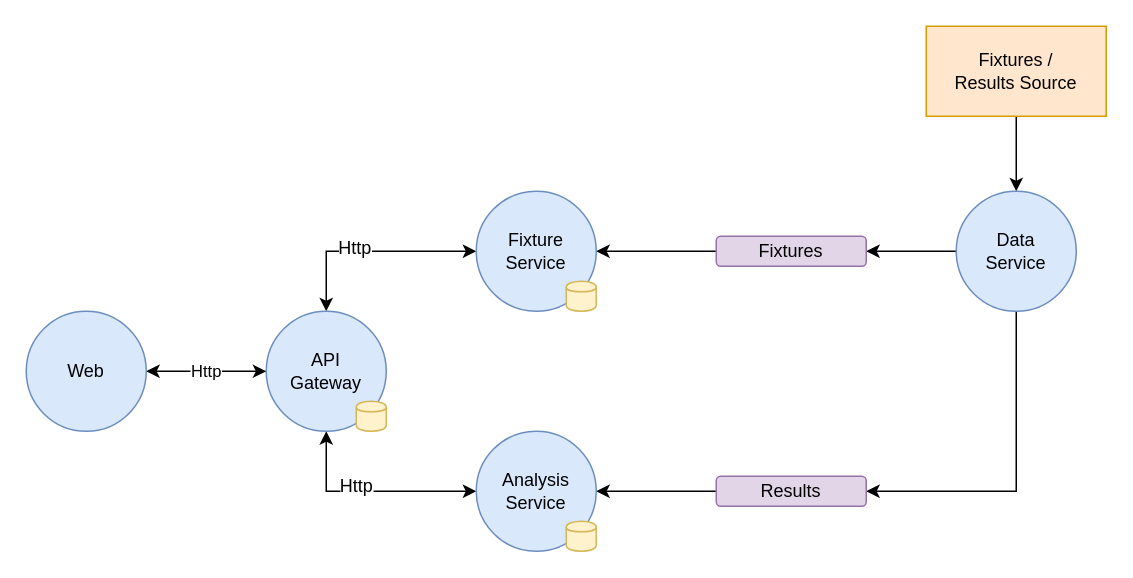
Before: Untitled Diagram.drawio in johnwatson484/diagrams, a draw.io diagram. Source tidied: cells renumbered, new cells numbered last; positions are measured from the earlier drawing's top-left corner, leaving out a move shared by most shapes. Both pictures are drawn from the tidied source at 150%, with x=0, y=0 at pixel (26, 26).
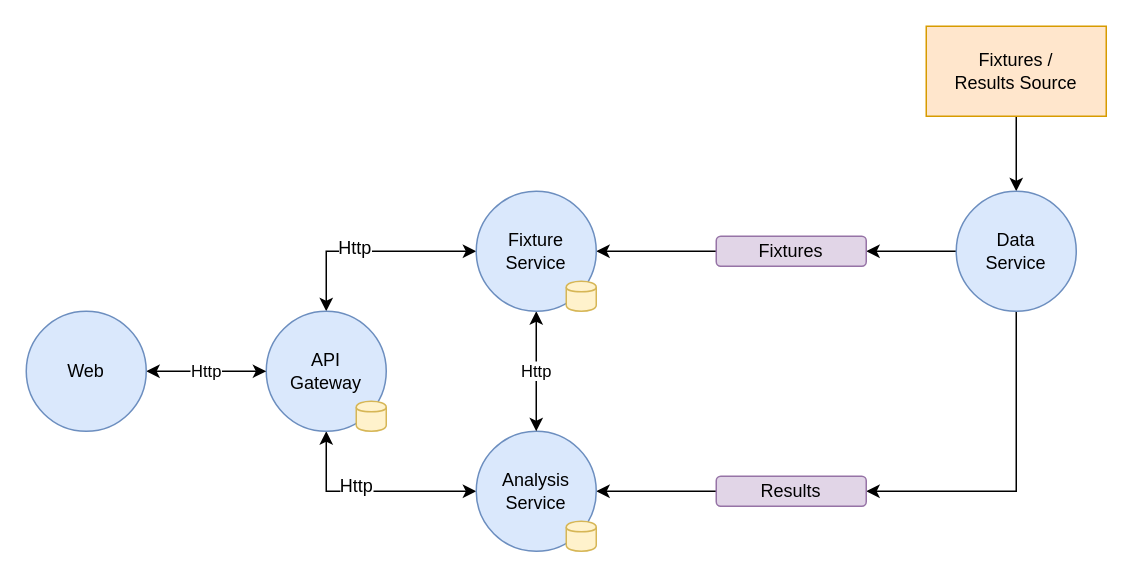
After the change.

Unchanged cells that the change refers to:
```xml
<mxCell id="13" value="Analysis&lt;br&gt;Service" style="ellipse;whiteSpace=wrap;html=1;fillColor=#dae8fc;strokeColor=#6c8ebf;" parent="1" vertex="1">
  <mxGeometry x="300" y="270" width="80" height="80" as="geometry" />
</mxCell>
<mxCell id="17" value="Fixture&lt;br&gt;Service" style="ellipse;whiteSpace=wrap;html=1;fillColor=#dae8fc;strokeColor=#6c8ebf;" parent="1" vertex="1">
  <mxGeometry x="300" y="110" width="80" height="80" as="geometry" />
</mxCell>
```

What changed in the source:
```diff
@@
+    <mxCell id="23" value="Http" style="edgeStyle=orthogonalEdgeStyle;rounded=0;jettySize=auto;html=1;startArrow=classic;startFill=1;" parent="1" edge="1" source="17" target="13">
+      <mxGeometry relative="1" as="geometry" />
+    </mxCell>
```
